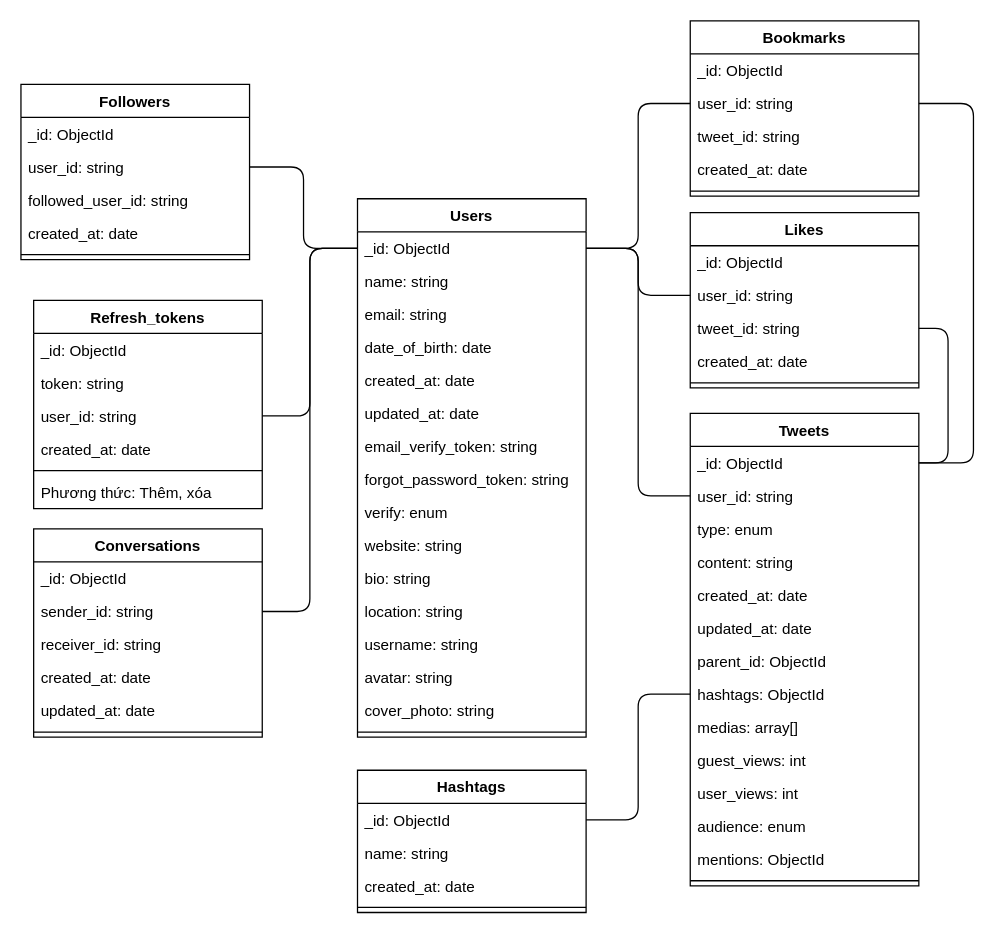
Before: page "Database" (1 of 24) of SoDo.drawio in haota1307/project-twitter, a draw.io diagram. Source tidied: cells renumbered, new cells numbered last; positions are measured from the earlier drawing's top-left corner, leaving out a move shared by most shapes. Both pictures are drawn from the tidied source at 127%, with x=0, y=0 at pixel (20, 20).
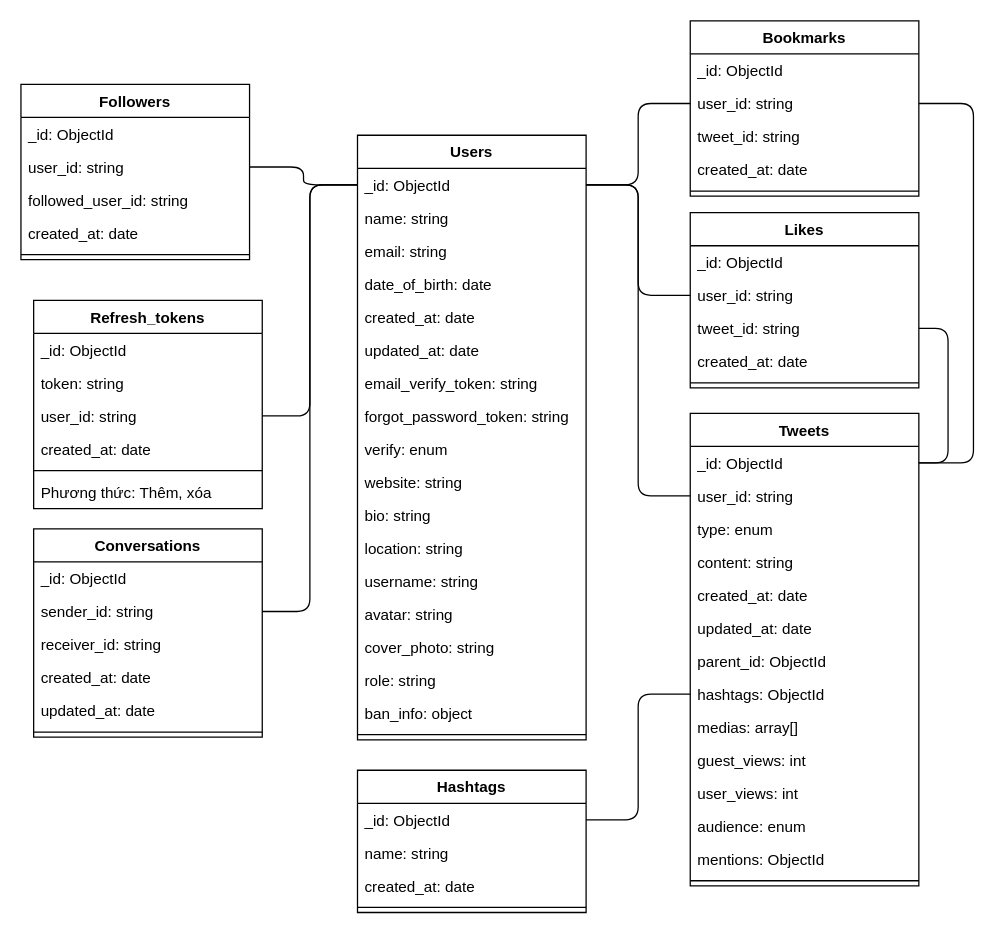
After the change.

What changed in the source:
```diff
@@
     <mxCell id="2" value="Users" style="swimlane;fontStyle=1;align=center;verticalAlign=top;horizontal=1;startSize=26;strokeColor=#000000;fontColor=#000000;fillColor=#FFFFFF;" parent="1" vertex="1">
-      <mxGeometry x="265" y="140" width="180" height="424" as="geometry" />
+      <mxGeometry x="265" y="90" width="180" height="476" as="geometry" />
     </mxCell>
@@
+    <mxCell id="80" value="cover_photo: string" style="text;strokeColor=none;fillColor=none;align=left;verticalAlign=top;spacingLeft=4;spacingRight=4;overflow=hidden;fontColor=#000000;" parent="2" vertex="1">
+      <mxGeometry y="390" width="180" height="26" as="geometry" />
+    </mxCell>
+    <mxCell id="81" value="role: string" style="text;strokeColor=none;fillColor=none;align=left;verticalAlign=top;spacingLeft=4;spacingRight=4;overflow=hidden;fontColor=#000000;" parent="2" vertex="1">
+      <mxGeometry y="416" width="180" height="26" as="geometry" />
+    </mxCell>
-    <mxCell id="17" value="cover_photo: string" style="text;strokeColor=none;fillColor=none;align=left;verticalAlign=top;spacingLeft=4;spacingRight=4;overflow=hidden;fontColor=#000000;" parent="2" vertex="1">
-      <mxGeometry y="390" width="180" height="26" as="geometry" />
+    <mxCell id="17" value="ban_info: object" style="text;strokeColor=none;fillColor=none;align=left;verticalAlign=top;spacingLeft=4;spacingRight=4;overflow=hidden;fontColor=#000000;" parent="2" vertex="1">
+      <mxGeometry y="442" width="180" height="26" as="geometry" />
     </mxCell>
     <mxCell id="18" style="line;strokeWidth=1;fillColor=none;align=left;verticalAlign=middle;spacingTop=-1;spacingLeft=3;spacingRight=3;labelPosition=right;strokeColor=inherit;fontColor=#000000;" parent="2" vertex="1">
-      <mxGeometry y="416" width="180" height="8" as="geometry" />
+      <mxGeometry y="468" width="180" height="8" as="geometry" />
     </mxCell>
```
